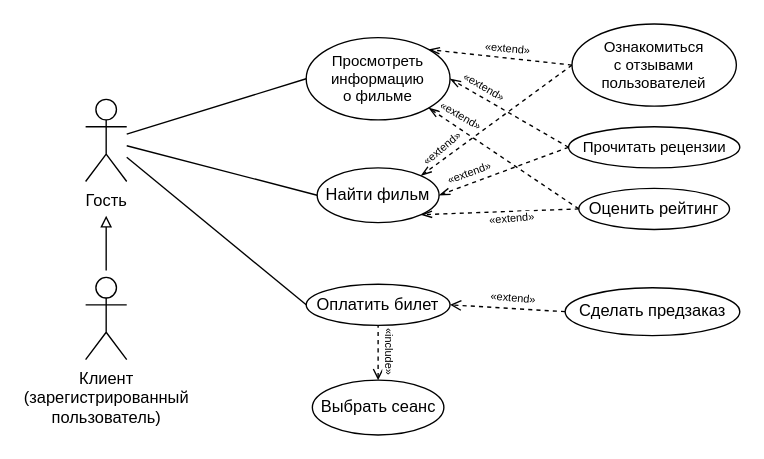
Before: page "Собственный кинотеатр" (1 of 3) of Диаграммы_вариантов_использования.drawio in ANDaniell/-design-practice, a draw.io diagram. Source tidied: cells renumbered, new cells numbered last; positions are measured from the earlier drawing's top-left corner, leaving out a move shared by most shapes. Both pictures are drawn from the tidied source at 137%, with x=0, y=0 at pixel (85, 23).
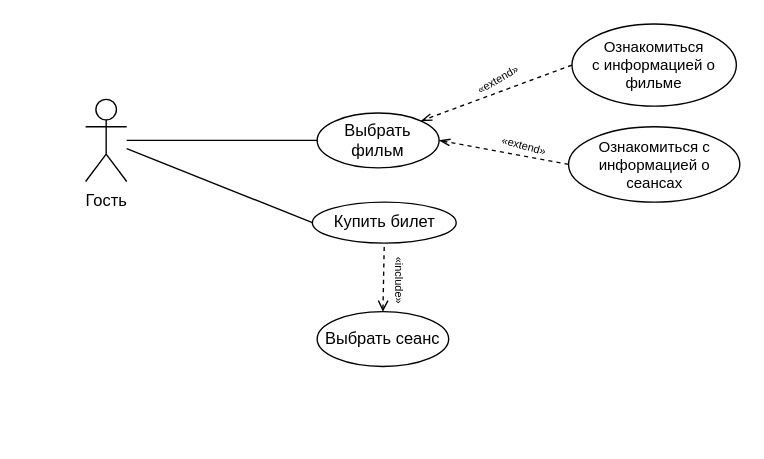
After the change.

Unchanged cells that the change refers to:
```xml
<mxCell id="2" value="Гость" style="shape=umlActor;verticalLabelPosition=bottom;verticalAlign=top;html=1;" parent="1" vertex="1">
  <mxGeometry y="55" width="30" height="60" as="geometry" />
</mxCell>
```

Diff of the diagram source:
```diff
@@
-    <mxCell id="3" value="&lt;div&gt;Клиент&lt;/div&gt;&lt;div&gt;(зарегистрированный&lt;/div&gt;&lt;div&gt;пользователь)&lt;/div&gt;" style="shape=umlActor;verticalLabelPosition=bottom;verticalAlign=top;html=1;" parent="1" vertex="1">
-      <mxGeometry y="185" width="30" height="60" as="geometry" />
-    </mxCell>
-    <mxCell id="4" value="Оплатить билет" style="ellipse;whiteSpace=wrap;html=1;fontSize=12;" parent="1" vertex="1">
-      <mxGeometry x="161" y="190" width="105" height="30" as="geometry" />
+    <mxCell id="4" value="Купить билет" style="ellipse;whiteSpace=wrap;html=1;fontSize=12;" parent="1" vertex="1">
+      <mxGeometry x="165.5" y="130" width="105" height="30" as="geometry" />
     </mxCell>
-    <mxCell id="5" value="Сделать предзаказ" style="ellipse;whiteSpace=wrap;html=1;" parent="1" vertex="1">
-      <mxGeometry x="350" y="192.5" width="127.5" height="35" as="geometry" />
-    </mxCell>
-    <mxCell id="6" value="Найти фильм" style="ellipse;whiteSpace=wrap;html=1;" parent="1" vertex="1">
-      <mxGeometry x="169" y="105" width="89" height="40" as="geometry" />
+    <mxCell id="6" value="Выбрать фильм" style="ellipse;whiteSpace=wrap;html=1;" parent="1" vertex="1">
+      <mxGeometry x="169" y="65" width="89" height="40" as="geometry" />
     </mxCell>
-    <mxCell id="7" value="Оценить рейтинг" style="ellipse;whiteSpace=wrap;html=1;" parent="1" vertex="1">
-      <mxGeometry x="360" y="120" width="110" height="30" as="geometry" />
-    </mxCell>
-    <mxCell id="8" value="Прочитать рецензии" style="ellipse;whiteSpace=wrap;html=1;fontSize=11;spacing=2;" parent="1" vertex="1">
-      <mxGeometry x="352.5" y="75" width="125" height="30" as="geometry" />
+    <mxCell id="8" value="Ознакомиться с информацией о сеансах" style="ellipse;whiteSpace=wrap;html=1;fontSize=11;spacing=2;" parent="1" vertex="1">
+      <mxGeometry x="352.5" y="75" width="125" height="55" as="geometry" />
     </mxCell>
-    <mxCell id="9" value="&lt;div style=&quot;font-size: 11px;&quot;&gt;Ознакомиться&lt;/div&gt;&lt;div style=&quot;font-size: 11px;&quot;&gt;с отзывами пользователей&lt;/div&gt;" style="ellipse;whiteSpace=wrap;html=1;fontSize=11;" parent="1" vertex="1">
+    <mxCell id="9" value="&lt;div style=&quot;font-size: 11px;&quot;&gt;Ознакомиться&lt;/div&gt;&lt;div style=&quot;font-size: 11px;&quot;&gt;с информацией о фильме&lt;/div&gt;" style="ellipse;whiteSpace=wrap;html=1;fontSize=11;" parent="1" vertex="1">
       <mxGeometry x="355" width="120" height="60" as="geometry" />
     </mxCell>
-    <mxCell id="10" value="&lt;div style=&quot;font-size: 11px;&quot;&gt;Просмотреть информацию&lt;/div&gt;&lt;div style=&quot;font-size: 11px;&quot;&gt;о фильме&lt;/div&gt;" style="ellipse;whiteSpace=wrap;html=1;fontSize=11;" parent="1" vertex="1">
-      <mxGeometry x="161" y="10" width="105" height="60" as="geometry" />
-    </mxCell>
     <mxCell id="11" value="Выбрать сеанс" style="ellipse;whiteSpace=wrap;html=1;" parent="1" vertex="1">
-      <mxGeometry x="165.5" y="260" width="96" height="40" as="geometry" />
+      <mxGeometry x="169" y="210" width="96" height="40" as="geometry" />
     </mxCell>
-    <mxCell id="12" style="endArrow=block;html=1;rounded=0;endFill=0;" parent="1" edge="1">
-      <mxGeometry relative="1" as="geometry">
-        <mxPoint x="15" y="180" as="sourcePoint" />
-        <mxPoint x="15" y="140" as="targetPoint" />
-      </mxGeometry>
-    </mxCell>
-    <mxCell id="13" style="endArrow=none;html=1;rounded=0;exitX=0;exitY=0.5;exitDx=0;exitDy=0;" parent="1" edge="1" source="10" target="2">
-      <mxGeometry relative="1" as="geometry" />
-    </mxCell>
@@
-    <mxCell id="17" style="endArrow=open;dashed=1;rounded=0;entryX=1;entryY=0.5;entryDx=0;entryDy=0;exitX=0;exitY=0.5;exitDx=0;exitDy=0;startArrow=none;startFill=0;endFill=0;html=1;" parent="1" edge="1" source="5" target="4">
-      <mxGeometry relative="1" as="geometry" />
-    </mxCell>
-    <mxCell id="18" value="«extend»" style="edgeLabel;html=1;align=center;verticalAlign=middle;rotation=5;fontSize=8;" parent="17" vertex="1">
-      <mxGeometry x="0.05" y="1" relative="1" as="geometry">
-        <mxPoint x="6" y="-9" as="offset" />
-      </mxGeometry>
-    </mxCell>
-    <mxCell id="19" style="endArrow=openThin;dashed=1;html=1;rounded=0;entryX=1;entryY=0;entryDx=0;entryDy=0;exitX=0;exitY=0.5;exitDx=0;exitDy=0;startArrow=none;startFill=0;endFill=0;" parent="1" edge="1" source="9" target="10">
-      <mxGeometry relative="1" as="geometry" />
-    </mxCell>
-    <mxCell id="20" style="endArrow=openThin;dashed=1;html=1;rounded=0;entryX=1;entryY=0.5;entryDx=0;entryDy=0;exitX=0;exitY=0.5;exitDx=0;exitDy=0;endFill=0;" parent="1" edge="1" source="8" target="10">
-      <mxGeometry relative="1" as="geometry" />
-    </mxCell>
-    <mxCell id="21" style="endArrow=openThin;dashed=1;html=1;rounded=0;entryX=1;entryY=1;entryDx=0;entryDy=0;exitX=0;exitY=0.5;exitDx=0;exitDy=0;endFill=0;" parent="1" edge="1" source="7" target="10">
-      <mxGeometry relative="1" as="geometry" />
-    </mxCell>
-    <mxCell id="22" style="endArrow=openThin;dashed=1;html=1;rounded=0;exitX=0;exitY=0.5;exitDx=0;exitDy=0;endFill=0;entryX=1;entryY=1;entryDx=0;entryDy=0;" parent="1" edge="1" source="7" target="6">
-      <mxGeometry relative="1" as="geometry" />
-    </mxCell>
@@
-    <mxCell id="25" value="«extend»" style="edgeLabel;html=1;align=center;verticalAlign=middle;rotation=5;fontSize=8;" parent="1" vertex="1">
-      <mxGeometry x="308" y="17" as="geometry" />
-    </mxCell>
-    <mxCell id="26" value="«extend»" style="edgeLabel;html=1;align=center;verticalAlign=middle;rotation=355;fontSize=8;" parent="1" vertex="1">
-      <mxGeometry x="310" y="142" as="geometry" />
-    </mxCell>
-    <mxCell id="27" value="«extend»" style="edgeLabel;html=1;align=center;verticalAlign=middle;rotation=30;fontSize=8;" parent="1" vertex="1">
-      <mxGeometry x="291" y="45" as="geometry" />
-    </mxCell>
-    <mxCell id="28" value="«extend»" style="edgeLabel;html=1;align=center;verticalAlign=middle;rotation=30;fontSize=8;" parent="1" vertex="1">
-      <mxGeometry x="276" y="69" as="geometry">
-        <mxPoint x="-3.2" y="-1.6" as="offset" />
-      </mxGeometry>
-    </mxCell>
-    <mxCell id="29" value="«extend»" style="edgeLabel;html=1;align=center;verticalAlign=middle;rotation=320;fontSize=8;" parent="1" vertex="1">
-      <mxGeometry x="259.5" y="91" as="geometry" />
+    <mxCell id="29" value="«extend»" style="edgeLabel;html=1;align=center;verticalAlign=middle;rotation=-30;fontSize=8;" parent="1" vertex="1">
+      <mxGeometry x="300" y="41" as="geometry" />
     </mxCell>
-    <mxCell id="30" value="«extend»" style="edgeLabel;html=1;align=center;verticalAlign=middle;rotation=340;fontSize=8;" parent="1" vertex="1">
-      <mxGeometry x="279" y="109" as="geometry" />
+    <mxCell id="30" value="«extend»" style="edgeLabel;html=1;align=center;verticalAlign=middle;rotation=15;fontSize=8;" parent="1" vertex="1">
+      <mxGeometry x="320" y="88" as="geometry" />
     </mxCell>
     <mxCell id="31" value="«include»" style="edgeLabel;html=1;align=center;verticalAlign=middle;rotation=90;fontSize=8;" parent="1" vertex="1">
-      <mxGeometry x="223" y="238" as="geometry" />
+      <mxGeometry x="230" y="186" as="geometry" />
     </mxCell>
```
